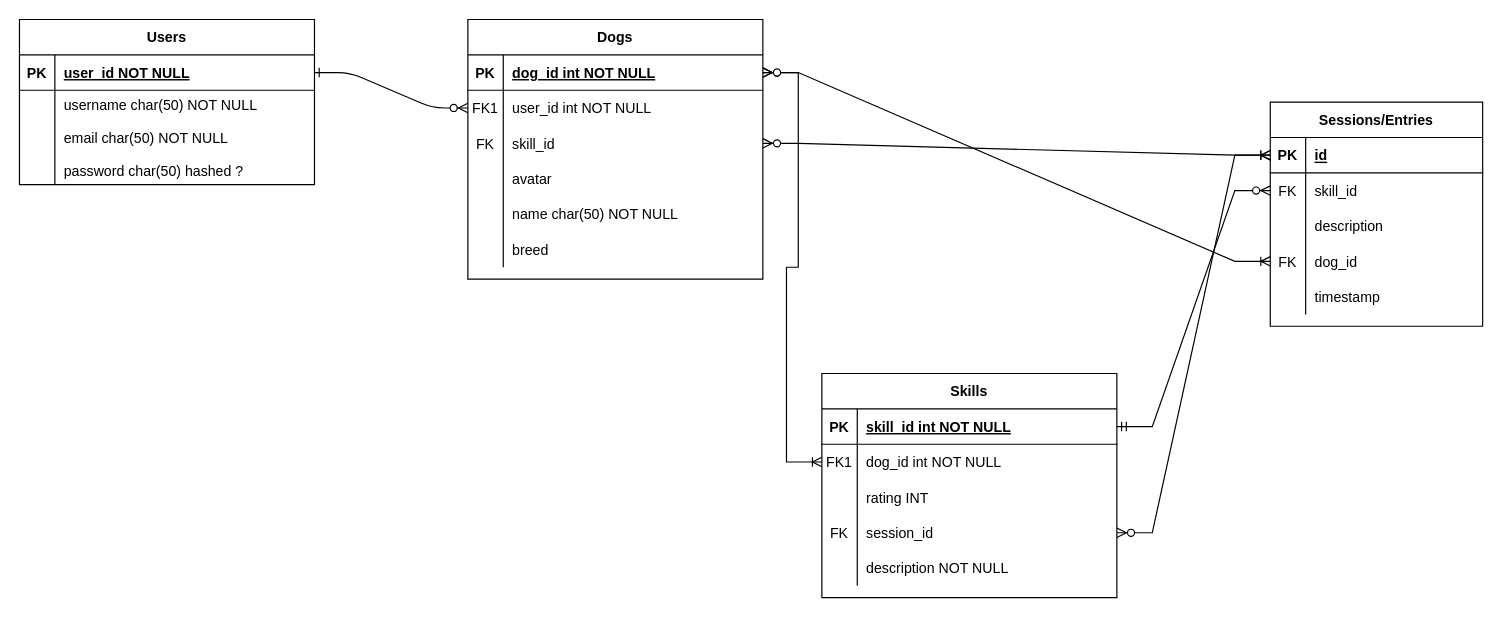
This is Planning/finalsERD.drawio from Matt-Chisholm/Paw-Five, a draw.io file, before an edit. Source tidied: cells renumbered, new cells numbered last; positions are measured from the earlier drawing's top-left corner, leaving out a move shared by most shapes. Both pictures are drawn from the tidied source at 118%, with x=0, y=0 at pixel (19, 19).
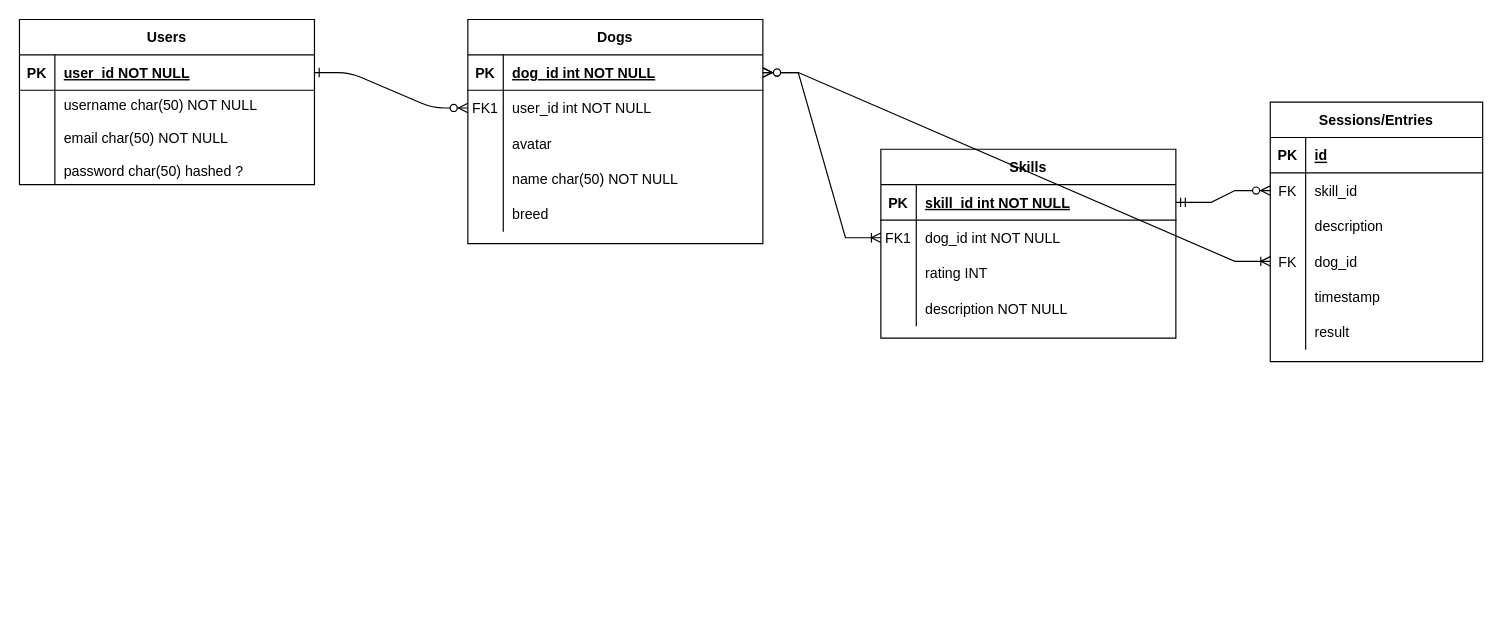
The same diagram, later.

The change refers to these unchanged cells:
```xml
<mxCell id="46" style="shape=tableRow;horizontal=0;startSize=0;swimlaneHead=0;swimlaneBody=0;fillColor=none;points=[[0,0.5],[1,0.5]];portConstraint=eastwest;top=0;left=0;right=0;bottom=1;" parent="45" vertex="1">
  <mxGeometry y="30" width="180" height="30" as="geometry" />
</mxCell>
```

Change to the diagram source:
```diff
@@
     <mxCell id="3" value="Dogs" style="shape=table;startSize=30;childLayout=tableLayout;rowLines=0;fontStyle=1;align=center;" parent="1" vertex="1">
-      <mxGeometry x="380" width="250" height="220" as="geometry" />
+      <mxGeometry x="380" width="250" height="190" as="geometry" />
     </mxCell>
@@
-    <mxCell id="10" style="shape=partialRectangle;fillColor=none;points=[[0,0.5],[1,0.5]];portConstraint=eastwest;top=0;left=0;right=0;bottom=0;" parent="3" vertex="1">
-      <mxGeometry y="90" width="250" height="30" as="geometry" />
-    </mxCell>
-    <mxCell id="11" value="FK" style="shape=partialRectangle;overflow=hidden;fillColor=none;top=0;left=0;bottom=0;right=0;" parent="10" vertex="1">
-      <mxGeometry width="30" height="30" as="geometry" />
-    </mxCell>
-    <mxCell id="12" value="skill_id" style="shape=partialRectangle;overflow=hidden;fillColor=none;top=0;left=0;bottom=0;right=0;align=left;spacingLeft=6;" parent="10" vertex="1">
-      <mxGeometry x="30" width="220" height="30" as="geometry" />
-    </mxCell>
     <mxCell id="13" style="shape=partialRectangle;fillColor=none;top=0;left=0;right=0;bottom=0;" parent="3" vertex="1">
-      <mxGeometry y="120" width="250" height="30" as="geometry" />
+      <mxGeometry y="90" width="250" height="30" as="geometry" />
     </mxCell>
@@
     <mxCell id="16" style="shape=partialRectangle;fillColor=none;top=0;left=0;right=0;bottom=0;" parent="3" vertex="1">
-      <mxGeometry y="150" width="250" height="30" as="geometry" />
+      <mxGeometry y="120" width="250" height="30" as="geometry" />
     </mxCell>
@@
     <mxCell id="19" style="shape=partialRectangle;fillColor=none;top=0;left=0;right=0;bottom=0;" parent="3" vertex="1">
-      <mxGeometry y="180" width="250" height="30" as="geometry" />
+      <mxGeometry y="150" width="250" height="30" as="geometry" />
     </mxCell>
@@
     <mxCell id="22" value="Skills" style="shape=table;startSize=30;childLayout=tableLayout;rowLines=0;fontStyle=1;align=center;" parent="1" vertex="1">
-      <mxGeometry x="680" y="300" width="250" height="190" as="geometry" />
+      <mxGeometry x="730" y="110" width="250" height="160" as="geometry" />
     </mxCell>
@@
-    <mxCell id="32" style="shape=partialRectangle;fillColor=none;points=[[0,0.5],[1,0.5]];portConstraint=eastwest;top=0;left=0;right=0;bottom=0;" parent="22" vertex="1">
-      <mxGeometry y="120" width="250" height="30" as="geometry" />
-    </mxCell>
-    <mxCell id="33" value="FK" style="shape=partialRectangle;overflow=hidden;fillColor=none;top=0;left=0;bottom=0;right=0;" parent="32" vertex="1">
-      <mxGeometry width="30" height="30" as="geometry" />
-    </mxCell>
-    <mxCell id="34" value="session_id" style="shape=partialRectangle;overflow=hidden;fillColor=none;top=0;left=0;bottom=0;right=0;align=left;spacingLeft=6;" parent="32" vertex="1">
-      <mxGeometry x="30" width="220" height="30" as="geometry" />
-    </mxCell>
     <mxCell id="35" style="shape=partialRectangle;fillColor=none;top=0;left=0;right=0;bottom=0;" parent="22" vertex="1">
-      <mxGeometry y="150" width="250" height="30" as="geometry" />
+      <mxGeometry y="120" width="250" height="30" as="geometry" />
     </mxCell>
@@
     <mxCell id="45" value="Sessions/Entries" style="shape=table;startSize=30;childLayout=tableLayout;rowLines=0;fontStyle=1;align=center;" parent="1" vertex="1">
-      <mxGeometry x="1060" y="70" width="180" height="190" as="geometry" />
+      <mxGeometry x="1060" y="70" width="180" height="220" as="geometry" />
     </mxCell>
@@
+    <mxCell id="66" style="shape=tableRow;horizontal=0;startSize=0;swimlaneHead=0;swimlaneBody=0;fillColor=none;top=0;left=0;right=0;bottom=0;" parent="45" vertex="1">
+      <mxGeometry y="180" width="180" height="30" as="geometry" />
+    </mxCell>
+    <mxCell id="67" style="shape=partialRectangle;fillColor=none;top=0;left=0;bottom=0;right=0;overflow=hidden;" parent="66" vertex="1">
+      <mxGeometry width="30" height="30" as="geometry" />
+    </mxCell>
+    <mxCell id="68" value="result" style="shape=partialRectangle;fillColor=none;top=0;left=0;bottom=0;right=0;align=left;spacingLeft=6;overflow=hidden;" parent="66" vertex="1">
+      <mxGeometry x="30" width="150" height="30" as="geometry" />
+    </mxCell>
@@
-    <mxCell id="63" style="edgeStyle=entityRelationEdgeStyle;fontSize=12;html=1;endArrow=ERoneToMany;startArrow=ERzeroToMany;rounded=0;" parent="1" edge="1" source="32" target="46">
-      <mxGeometry relative="1" as="geometry" />
-    </mxCell>
-    <mxCell id="64" style="edgeStyle=entityRelationEdgeStyle;fontSize=12;html=1;endArrow=ERoneToMany;startArrow=ERzeroToMany;rounded=0;" parent="1" edge="1" source="10" target="46">
-      <mxGeometry relative="1" as="geometry" />
-    </mxCell>
```
